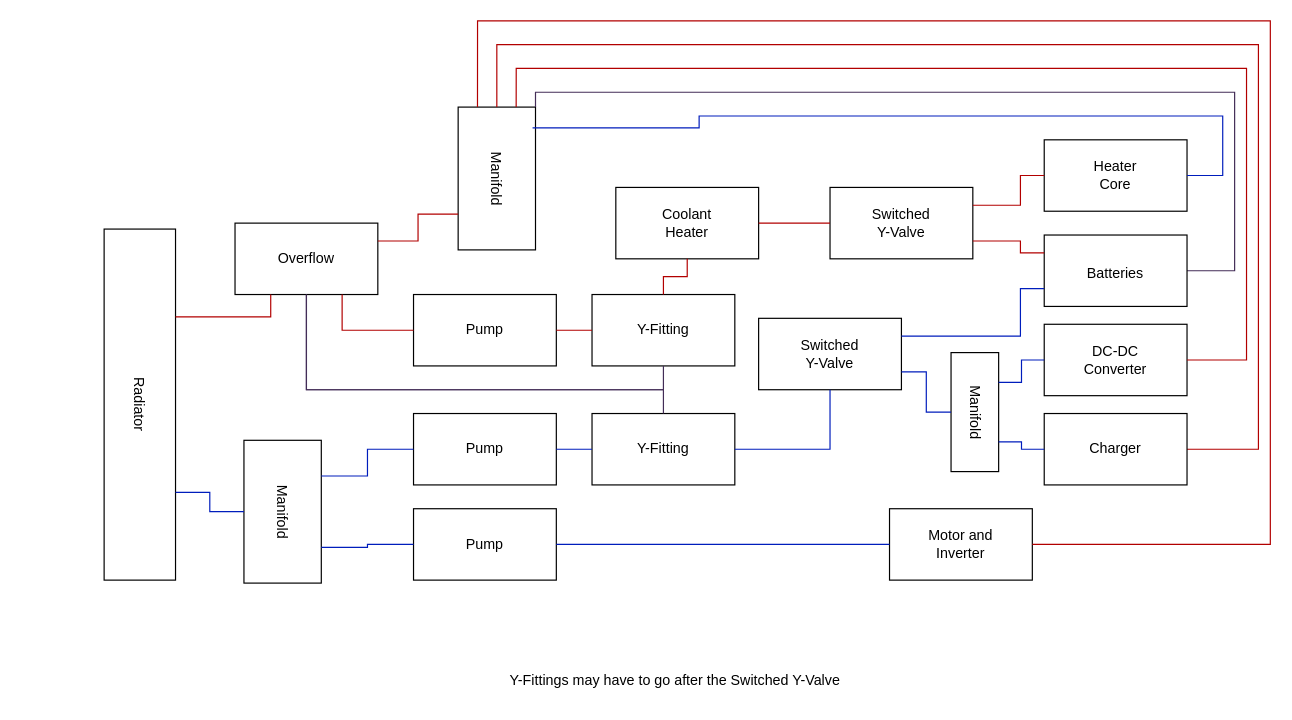
cdvanhorn/ForsanRaneaf keeps this draw.io diagram as CoolantLoops.drawio. Above is the earlier version. Source tidied: cells renumbered, new cells numbered last; positions are measured from the earlier drawing's top-left corner, leaving out a move shared by most shapes. Both pictures are drawn from the tidied source at 119%, with x=0, y=0 at pixel (104, 20).
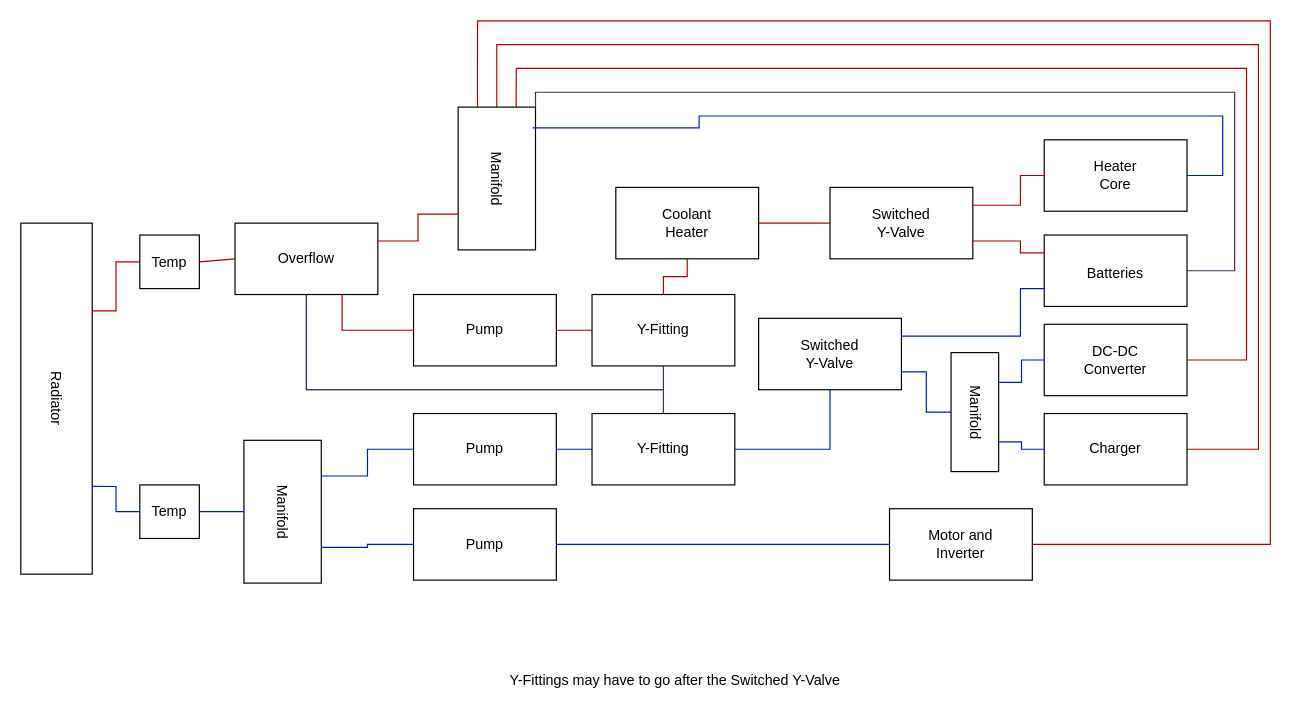
After the change.

Commit message:
added temp sensors

The change refers to these unchanged cells:
```xml
<mxCell id="3" style="rounded=0;whiteSpace=wrap;html=1;" parent="2" vertex="1">
  <mxGeometry width="60" height="295" as="geometry" />
</mxCell>
<mxCell id="6" style="rounded=0;whiteSpace=wrap;html=1;rotation=90;" parent="5" vertex="1">
  <mxGeometry width="120" height="65" as="geometry" />
</mxCell>
<mxCell id="18" style="rounded=0;whiteSpace=wrap;html=1;" parent="17" vertex="1">
  <mxGeometry width="120" height="60" as="geometry" />
</mxCell>
```

What changed in the source:
```diff
@@
     <mxCell id="2" style="group;" parent="1" vertex="1">
-      <mxGeometry y="175" width="60" height="295" as="geometry" />
+      <mxGeometry x="-70" y="170" width="60" height="295" as="geometry" />
     </mxCell>
@@
-    <mxCell id="34" style="endArrow=none;html=1;rounded=0;exitX=1;exitY=0.75;exitDx=0;exitDy=0;entryX=0.5;entryY=1;entryDx=0;entryDy=0;edgeStyle=orthogonalEdgeStyle;fillColor=#0050ef;strokeColor=#001DBC;" parent="1" edge="1" source="3" target="6">
-      <mxGeometry relative="1" as="geometry" />
-    </mxCell>
@@
-    <mxCell id="65" style="endArrow=none;html=1;rounded=0;entryX=0.25;entryY=1;entryDx=0;entryDy=0;exitX=1;exitY=0.25;exitDx=0;exitDy=0;edgeStyle=orthogonalEdgeStyle;fillColor=#e51400;strokeColor=#B20000;" parent="1" edge="1" source="3" target="18">
-      <mxGeometry relative="1" as="geometry" />
-    </mxCell>
@@
+    <mxCell id="81" style="group;" parent="1" vertex="1">
+      <mxGeometry x="30" y="180" width="50" height="45" as="geometry" />
+    </mxCell>
+    <mxCell id="82" style="rounded=0;whiteSpace=wrap;html=1;" parent="81" vertex="1">
+      <mxGeometry width="50" height="45" as="geometry" />
+    </mxCell>
+    <mxCell id="83" value="Temp" style="text;html=1;align=center;verticalAlign=middle;whiteSpace=wrap;rounded=0;" parent="81" vertex="1">
+      <mxGeometry x="5" y="7.5" width="40" height="30" as="geometry" />
+    </mxCell>
+    <mxCell id="84" style="group;" parent="1" vertex="1">
+      <mxGeometry x="30" y="390" width="50" height="45" as="geometry" />
+    </mxCell>
+    <mxCell id="85" style="rounded=0;whiteSpace=wrap;html=1;" parent="84" vertex="1">
+      <mxGeometry width="50" height="45" as="geometry" />
+    </mxCell>
+    <mxCell id="86" value="Temp" style="text;html=1;align=center;verticalAlign=middle;whiteSpace=wrap;rounded=0;" parent="84" vertex="1">
+      <mxGeometry x="5" y="7.5" width="40" height="30" as="geometry" />
+    </mxCell>
+    <mxCell id="87" style="endArrow=none;html=1;rounded=0;exitX=1;exitY=0.5;exitDx=0;exitDy=0;fillColor=#e51400;strokeColor=#B20000;" parent="1" edge="1" source="82">
+      <mxGeometry relative="1" as="geometry">
+        <mxPoint x="110" y="200" as="targetPoint" />
+      </mxGeometry>
+    </mxCell>
+    <mxCell id="88" style="endArrow=none;html=1;rounded=0;entryX=0.5;entryY=1;entryDx=0;entryDy=0;exitX=1;exitY=0.5;exitDx=0;exitDy=0;fillColor=#0050ef;strokeColor=#001DBC;" parent="1" edge="1" source="85" target="6">
+      <mxGeometry relative="1" as="geometry" />
+    </mxCell>
+    <mxCell id="89" style="endArrow=none;html=1;rounded=0;entryX=0;entryY=0.5;entryDx=0;entryDy=0;exitX=1;exitY=0.25;exitDx=0;exitDy=0;fillColor=#e51400;strokeColor=#B20000;edgeStyle=orthogonalEdgeStyle;" parent="1" edge="1" source="3" target="82">
+      <mxGeometry relative="1" as="geometry" />
+    </mxCell>
+    <mxCell id="90" style="endArrow=none;html=1;rounded=0;exitX=0;exitY=0.5;exitDx=0;exitDy=0;entryX=1;entryY=0.75;entryDx=0;entryDy=0;fillColor=#0050ef;strokeColor=#001DBC;edgeStyle=orthogonalEdgeStyle;" parent="1" edge="1" source="85" target="3">
+      <mxGeometry relative="1" as="geometry" />
+    </mxCell>
```
